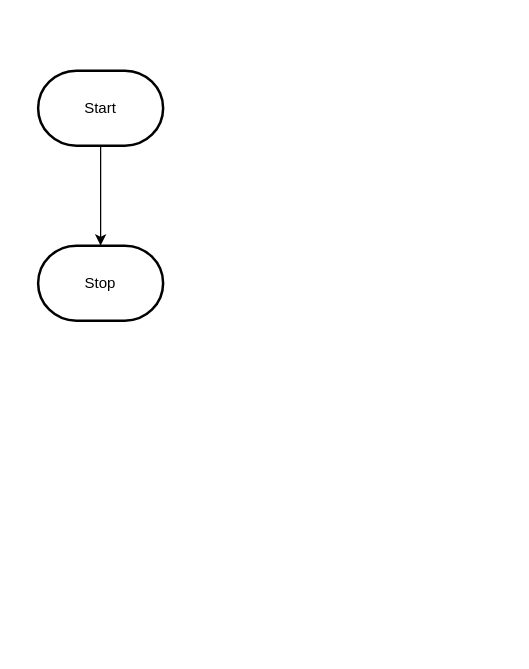
This is design/flowchart.drawio from MTHS-TEJ2O-1-2023/TEJ2O-Unit-2-07-sophie-nguyen-0, a draw.io file, before an edit. Source tidied: cells renumbered, new cells numbered last; positions are measured from the earlier drawing's top-left corner, leaving out a move shared by most shapes. Both pictures are drawn from the tidied source at 125%, with x=0, y=0 at pixel (38, 70).
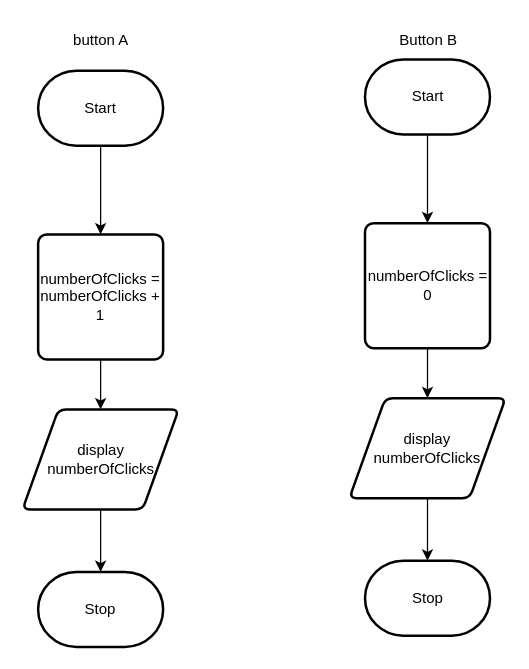
The same page after the edit.

Diff of the diagram source:
```diff
@@
 <mxGraphModel>
   <root>
     <mxCell id="0" />
     <mxCell id="1" parent="0" />
-    <mxCell id="2" style="edgeStyle=orthogonalEdgeStyle;html=1;rounded=0;" parent="1" edge="1" source="3" target="4">
-      <mxGeometry relative="1" as="geometry" />
-    </mxCell>
+    <mxCell id="5" style="edgeStyle=none;html=1;" parent="1" edge="1" source="3" target="2">
+      <mxGeometry relative="1" as="geometry" />
+    </mxCell>
     <mxCell id="3" value="Start" style="strokeWidth=2;html=1;shape=mxgraph.flowchart.terminator;whiteSpace=wrap;" parent="1" vertex="1">
       <mxGeometry width="100" height="60" as="geometry" />
     </mxCell>
     <mxCell id="4" value="Stop" style="strokeWidth=2;html=1;shape=mxgraph.flowchart.terminator;whiteSpace=wrap;" parent="1" vertex="1">
-      <mxGeometry y="140" width="100" height="60" as="geometry" />
+      <mxGeometry y="401" width="100" height="60" as="geometry" />
     </mxCell>
+    <mxCell id="6" style="edgeStyle=none;html=1;" parent="1" edge="1" source="2" target="9">
+      <mxGeometry relative="1" as="geometry" />
+    </mxCell>
+    <mxCell id="2" value="numberOfClicks = numberOfClicks + 1" style="rounded=1;whiteSpace=wrap;html=1;absoluteArcSize=1;arcSize=14;strokeWidth=2;" parent="1" vertex="1">
+      <mxGeometry y="131" width="100" height="100" as="geometry" />
+    </mxCell>
+    <mxCell id="7" value="button A" style="text;html=1;align=center;verticalAlign=middle;strokeColor=none;fillColor=none;" parent="1" vertex="1">
+      <mxGeometry x="15" y="-39" width="70" height="30" as="geometry" />
+    </mxCell>
+    <mxCell id="8" style="edgeStyle=none;html=1;" parent="1" edge="1" source="9" target="4">
+      <mxGeometry relative="1" as="geometry" />
+    </mxCell>
+    <mxCell id="9" value="display numberOfClicks" style="shape=parallelogram;html=1;strokeWidth=2;perimeter=parallelogramPerimeter;whiteSpace=wrap;rounded=1;arcSize=12;size=0.23;" parent="1" vertex="1">
+      <mxGeometry x="-12.5" y="271" width="125" height="80" as="geometry" />
+    </mxCell>
+    <mxCell id="10" style="edgeStyle=none;html=1;" parent="1" edge="1" source="11" target="14">
+      <mxGeometry relative="1" as="geometry" />
+    </mxCell>
+    <mxCell id="11" value="Start" style="strokeWidth=2;html=1;shape=mxgraph.flowchart.terminator;whiteSpace=wrap;" parent="1" vertex="1">
+      <mxGeometry x="261.5" y="-9" width="100" height="60" as="geometry" />
+    </mxCell>
+    <mxCell id="12" value="Stop" style="strokeWidth=2;html=1;shape=mxgraph.flowchart.terminator;whiteSpace=wrap;" parent="1" vertex="1">
+      <mxGeometry x="261.5" y="392" width="100" height="60" as="geometry" />
+    </mxCell>
+    <mxCell id="13" style="edgeStyle=none;html=1;" parent="1" edge="1" source="14" target="16">
+      <mxGeometry relative="1" as="geometry" />
+    </mxCell>
+    <mxCell id="14" value="numberOfClicks = 0" style="rounded=1;whiteSpace=wrap;html=1;absoluteArcSize=1;arcSize=14;strokeWidth=2;" parent="1" vertex="1">
+      <mxGeometry x="261.5" y="122" width="100" height="100" as="geometry" />
+    </mxCell>
+    <mxCell id="15" style="edgeStyle=none;html=1;" parent="1" edge="1" source="16" target="12">
+      <mxGeometry relative="1" as="geometry" />
+    </mxCell>
+    <mxCell id="16" value="display numberOfClicks" style="shape=parallelogram;html=1;strokeWidth=2;perimeter=parallelogramPerimeter;whiteSpace=wrap;rounded=1;arcSize=12;size=0.23;" parent="1" vertex="1">
+      <mxGeometry x="249" y="262" width="125" height="80" as="geometry" />
+    </mxCell>
+    <mxCell id="17" value="Button B" style="text;html=1;align=center;verticalAlign=middle;strokeColor=none;fillColor=none;" parent="1" vertex="1">
+      <mxGeometry x="276.5" y="-39" width="70" height="30" as="geometry" />
+    </mxCell>
   </root>
 </mxGraphModel>
```
